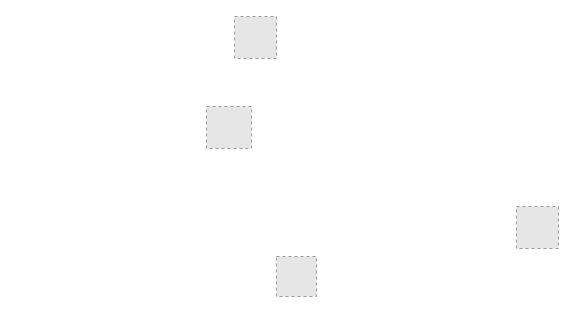
Earlier version of the draw.io diagram 01 - Become-an-OCI-Foundations-Associate/Diagram.drawio (systech-cloud/UniversityOracle). Source tidied: cells renumbered, new cells numbered last; positions are measured from the earlier drawing's top-left corner, leaving out a move shared by most shapes. Both pictures are drawn from the tidied source at 100%, with x=0, y=0 at pixel (206, 16). Pictures stored in the file or linked from it are replaced by grey dashed boxes.
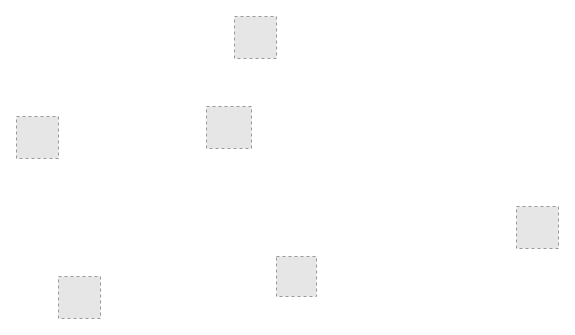
The same diagram, later.

The edit, as a diff of the source:
```diff
@@
 <mxGraphModel>
   <root>
     <mxCell id="0" />
     <mxCell id="1" parent="0" />
     <mxCell id="2" style="fillColor=#E6E6E6;strokeColor=#999999;dashed=1;verticalLabelPosition=bottom;verticalAlign=top;" parent="1" vertex="1">
       <mxGeometry x="70" y="240" width="40" height="40" as="geometry" />
     </mxCell>
     <mxCell id="3" style="fillColor=#E6E6E6;strokeColor=#999999;dashed=1;verticalLabelPosition=bottom;verticalAlign=top;" parent="1" vertex="1">
       <mxGeometry y="90" width="45" height="42" as="geometry" />
     </mxCell>
     <mxCell id="4" style="fillColor=#E6E6E6;strokeColor=#999999;dashed=1;verticalLabelPosition=bottom;verticalAlign=top;" parent="1" vertex="1">
       <mxGeometry x="28" width="42" height="42" as="geometry" />
     </mxCell>
     <mxCell id="5" style="fillColor=#E6E6E6;strokeColor=#999999;dashed=1;verticalLabelPosition=bottom;verticalAlign=top;" parent="1" vertex="1">
       <mxGeometry x="310" y="190" width="42" height="42" as="geometry" />
     </mxCell>
+    <mxCell id="6" style="fillColor=#E6E6E6;strokeColor=#999999;dashed=1;verticalLabelPosition=bottom;verticalAlign=top;" parent="1" vertex="1">
+      <mxGeometry x="-190" y="100" width="42" height="42" as="geometry" />
+    </mxCell>
+    <mxCell id="7" style="fillColor=#E6E6E6;strokeColor=#999999;dashed=1;verticalLabelPosition=bottom;verticalAlign=top;" parent="1" vertex="1">
+      <mxGeometry x="-148" y="260" width="42" height="42" as="geometry" />
+    </mxCell>
   </root>
 </mxGraphModel>
```
